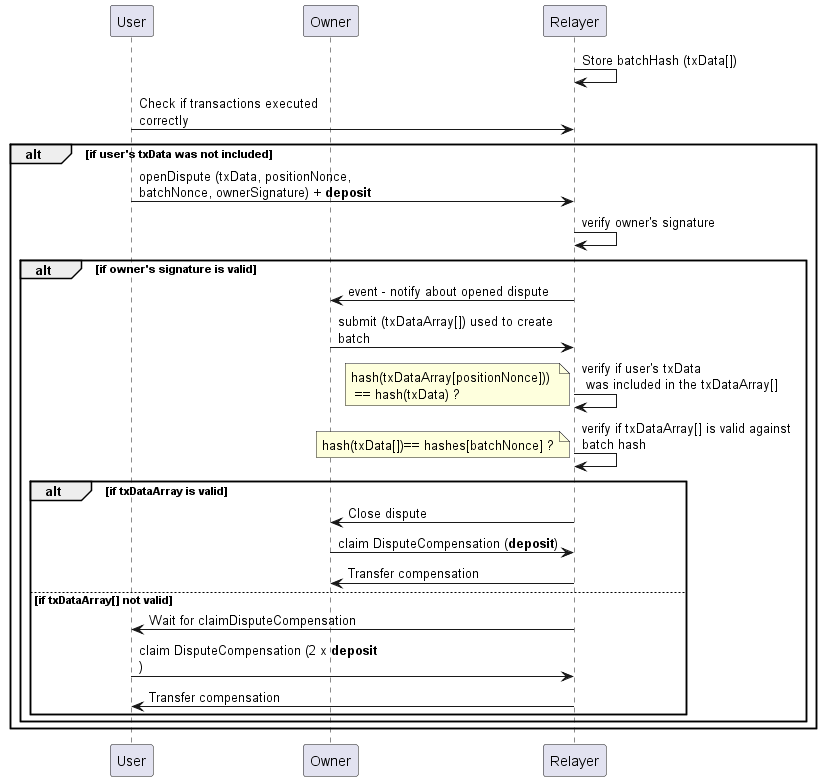
ollie041114/account-abstraction-test keeps this PlantUML diagram as out/UMLs/dispute/dispute.png. Above is the earlier version.
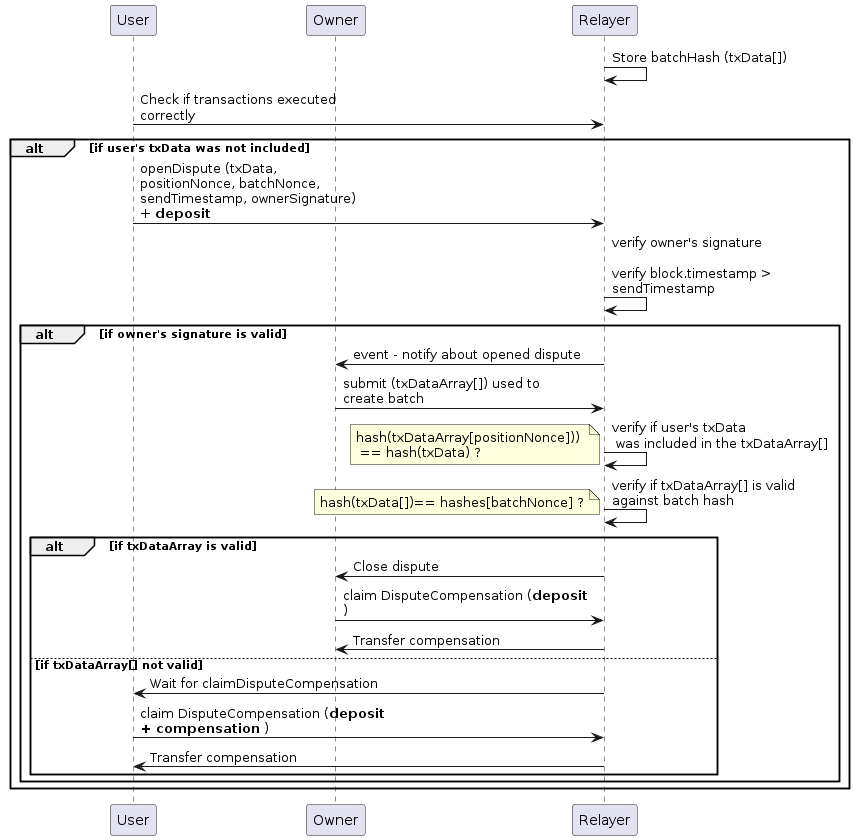
Above is the later version.

What changed in the source:
```diff
@@ -6,12 +6,14 @@
 participant Owner
 participant Relayer
 
+
 Relayer -> Relayer: Store batchHash (txData[])
+
 
 User -> Relayer: Check if transactions executed correctly
 alt if user's txData was not included
-    User -> Relayer: openDispute (txData, positionNonce, batchNonce, ownerSignature) + **deposit**
-    Relayer -> Relayer: verify owner's signature
+    User -> Relayer: openDispute (txData, positionNonce, batchNonce, sendTimestamp, ownerSignature) + **deposit**
+    Relayer -> Relayer: verify owner's signature \n\nverify block.timestamp > sendTimestamp
     alt if owner's signature is valid
         Relayer -> Owner: event - notify about opened dispute
         Owner -> Relayer: submit (txDataArray[]) used to create batch
@@ -25,9 +27,9 @@
             Relayer -> Owner: Close dispute
             Owner -> Relayer: claim DisputeCompensation (**deposit**)
             Relayer -> Owner: Transfer compensation
-       else if txDataArray[] not valid
+        else if txDataArray[] not valid
             Relayer -> User: Wait for claimDisputeCompensation
-            User -> Relayer: claim DisputeCompensation (2 x **deposit**)
+            User -> Relayer: claim DisputeCompensation (**deposit + compensation** )
             Relayer -> User: Transfer compensation
         end
     end
```
